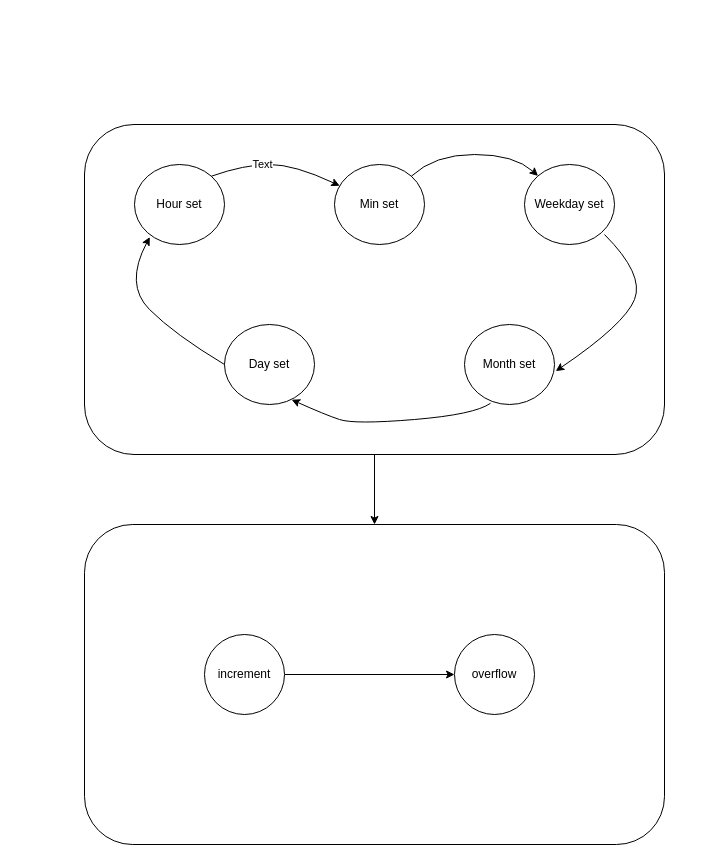
This is page "Time/Calendar/ Alarm setting" (3 of 4) of Stopwatch FSM.drawio from epicfletch/UWE-Stopwatch-3LM, a draw.io file, before an edit. Source tidied: cells renumbered, new cells numbered last; positions are measured from the earlier drawing's top-left corner, leaving out a move shared by most shapes. Both pictures are drawn from the tidied source at 100%, with x=0, y=0 at pixel (84, 124).
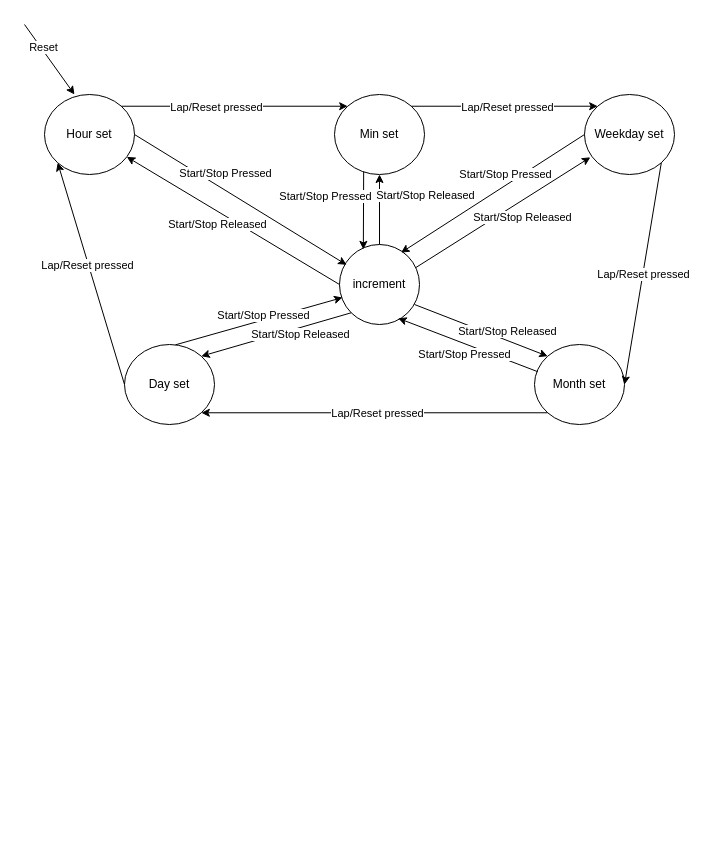
Above is the later version.

What changed in the source:
```diff
@@
-    <mxCell id="2" style="edgeStyle=orthogonalEdgeStyle;rounded=0;jettySize=auto;html=1;exitX=0.5;exitY=1;exitDx=0;exitDy=0;entryX=0.5;entryY=0;entryDx=0;entryDy=0;" parent="1" edge="1" source="3" target="15">
-      <mxGeometry relative="1" as="geometry" />
-    </mxCell>
-    <mxCell id="3" style="rounded=1;whiteSpace=wrap;html=1;" parent="1" vertex="1">
-      <mxGeometry width="580" height="330" as="geometry" />
-    </mxCell>
     <mxCell id="4" value="Hour set" style="ellipse;whiteSpace=wrap;html=1;" parent="1" vertex="1">
-      <mxGeometry x="50" y="40" width="90" height="80" as="geometry" />
+      <mxGeometry x="-40" y="-30" width="90" height="80" as="geometry" />
     </mxCell>
     <mxCell id="5" value="Min set" style="ellipse;whiteSpace=wrap;html=1;" parent="1" vertex="1">
-      <mxGeometry x="250" y="40" width="90" height="80" as="geometry" />
+      <mxGeometry x="250" y="-30" width="90" height="80" as="geometry" />
     </mxCell>
     <mxCell id="6" value="Weekday set" style="ellipse;whiteSpace=wrap;html=1;" parent="1" vertex="1">
-      <mxGeometry x="440" y="40" width="90" height="80" as="geometry" />
+      <mxGeometry x="500" y="-30" width="90" height="80" as="geometry" />
     </mxCell>
     <mxCell id="7" value="Day set" style="ellipse;whiteSpace=wrap;html=1;" parent="1" vertex="1">
-      <mxGeometry x="140" y="200" width="90" height="80" as="geometry" />
+      <mxGeometry x="40" y="220" width="90" height="80" as="geometry" />
     </mxCell>
     <mxCell id="8" value="Month set" style="ellipse;whiteSpace=wrap;html=1;" parent="1" vertex="1">
-      <mxGeometry x="380" y="200" width="90" height="80" as="geometry" />
+      <mxGeometry x="450" y="220" width="90" height="80" as="geometry" />
     </mxCell>
+    <mxCell id="17" value="increment" style="ellipse;whiteSpace=wrap;html=1;" parent="1" vertex="1">
+      <mxGeometry x="255" y="120" width="80" height="80" as="geometry" />
+    </mxCell>
+    <mxCell id="13" style="endArrow=classic;html=1;rounded=0;exitX=1;exitY=0;exitDx=0;exitDy=0;entryX=0;entryY=0;entryDx=0;entryDy=0;" parent="1" edge="1" source="4" target="5">
+      <mxGeometry relative="1" as="geometry" />
+    </mxCell>
+    <mxCell id="19" value="Lap/Reset pressed" style="edgeLabel;html=1;align=center;verticalAlign=middle;" parent="13" vertex="1">
+      <mxGeometry x="-0.29" y="-1" relative="1" as="geometry">
+        <mxPoint x="15" as="offset" />
+      </mxGeometry>
+    </mxCell>
-    <mxCell id="9" style="curved=1;endArrow=classic;html=1;rounded=0;exitX=1;exitY=0;exitDx=0;exitDy=0;" parent="1" edge="1" source="5" target="6">
-      <mxGeometry relative="1" as="geometry">
-        <Array as="points">
-          <mxPoint x="350" y="30" />
-          <mxPoint x="430" y="30" />
-        </Array>
-      </mxGeometry>
+    <mxCell id="9" style="endArrow=classic;html=1;rounded=0;exitX=1;exitY=0;exitDx=0;exitDy=0;entryX=0;entryY=0;entryDx=0;entryDy=0;" parent="1" edge="1" source="5" target="6">
+      <mxGeometry relative="1" as="geometry" />
     </mxCell>
+    <mxCell id="20" value="Lap/Reset pressed" style="edgeLabel;html=1;align=center;verticalAlign=middle;" parent="9" vertex="1">
+      <mxGeometry x="0.07" y="-1" relative="1" as="geometry">
+        <mxPoint x="-4" as="offset" />
+      </mxGeometry>
+    </mxCell>
-    <mxCell id="10" style="curved=1;endArrow=classic;html=1;rounded=0;exitX=0.889;exitY=0.875;exitDx=0;exitDy=0;exitPerimeter=0;entryX=1.014;entryY=0.582;entryDx=0;entryDy=0;entryPerimeter=0;" parent="1" edge="1" source="6" target="8">
-      <mxGeometry relative="1" as="geometry">
-        <Array as="points">
-          <mxPoint x="560" y="150" />
-          <mxPoint x="540" y="200" />
-        </Array>
-      </mxGeometry>
+    <mxCell id="10" style="endArrow=classic;html=1;rounded=0;exitX=1;exitY=1;exitDx=0;exitDy=0;entryX=1;entryY=0.5;entryDx=0;entryDy=0;" parent="1" edge="1" source="6" target="8">
+      <mxGeometry relative="1" as="geometry" />
     </mxCell>
+    <mxCell id="21" value="Lap/Reset pressed" style="edgeLabel;html=1;align=center;verticalAlign=middle;" parent="10" vertex="1">
+      <mxGeometry x="0.01" relative="1" as="geometry" />
+    </mxCell>
-    <mxCell id="11" style="curved=1;endArrow=classic;html=1;rounded=0;exitX=0.289;exitY=0.985;exitDx=0;exitDy=0;exitPerimeter=0;entryX=0.746;entryY=0.94;entryDx=0;entryDy=0;entryPerimeter=0;" parent="1" edge="1" source="8" target="7">
-      <mxGeometry relative="1" as="geometry">
-        <Array as="points">
-          <mxPoint x="390" y="290" />
-          <mxPoint x="270" y="300" />
-          <mxPoint x="240" y="290" />
-        </Array>
-      </mxGeometry>
+    <mxCell id="11" style="endArrow=classic;html=1;rounded=0;exitX=0;exitY=1;exitDx=0;exitDy=0;entryX=1;entryY=1;entryDx=0;entryDy=0;" parent="1" edge="1" source="8" target="7">
+      <mxGeometry relative="1" as="geometry" />
     </mxCell>
+    <mxCell id="22" value="Lap/Reset pressed" style="edgeLabel;html=1;align=center;verticalAlign=middle;" parent="11" vertex="1">
+      <mxGeometry x="-0.01" relative="1" as="geometry" />
+    </mxCell>
-    <mxCell id="12" style="curved=1;endArrow=classic;html=1;rounded=0;exitX=0;exitY=0.5;exitDx=0;exitDy=0;entryX=0.17;entryY=0.907;entryDx=0;entryDy=0;entryPerimeter=0;" parent="1" edge="1" source="7" target="4">
-      <mxGeometry relative="1" as="geometry">
-        <Array as="points">
-          <mxPoint x="90" y="210" />
-          <mxPoint x="40" y="160" />
-        </Array>
-      </mxGeometry>
+    <mxCell id="12" style="endArrow=classic;html=1;rounded=0;exitX=0;exitY=0.5;exitDx=0;exitDy=0;entryX=0;entryY=1;entryDx=0;entryDy=0;" parent="1" edge="1" source="7" target="4">
+      <mxGeometry relative="1" as="geometry" />
     </mxCell>
-    <mxCell id="13" style="curved=1;endArrow=classic;html=1;rounded=0;exitX=1;exitY=0;exitDx=0;exitDy=0;" parent="1" edge="1" source="4" target="5">
-      <mxGeometry relative="1" as="geometry">
-        <Array as="points">
-          <mxPoint x="160" y="40" />
-          <mxPoint x="210" y="40" />
-        </Array>
-      </mxGeometry>
-    </mxCell>
-    <mxCell id="14" value="Text" style="edgeLabel;html=1;align=center;verticalAlign=middle;" parent="13" vertex="1">
-      <mxGeometry x="-0.22" y="1" relative="1" as="geometry" />
-    </mxCell>
-    <mxCell id="15" style="rounded=1;whiteSpace=wrap;html=1;" parent="1" vertex="1">
-      <mxGeometry y="400" width="580" height="320" as="geometry" />
-    </mxCell>
-    <mxCell id="16" style="edgeStyle=orthogonalEdgeStyle;rounded=0;jettySize=auto;html=1;exitX=1;exitY=0.5;exitDx=0;exitDy=0;" parent="1" edge="1" source="17" target="18">
-      <mxGeometry relative="1" as="geometry" />
-    </mxCell>
-    <mxCell id="17" value="increment" style="ellipse;whiteSpace=wrap;html=1;" parent="1" vertex="1">
-      <mxGeometry x="120" y="510" width="80" height="80" as="geometry" />
-    </mxCell>
-    <mxCell id="18" value="over&lt;span style=&quot;background-color: transparent; color: light-dark(rgb(0, 0, 0), rgb(255, 255, 255));&quot;&gt;flow&lt;/span&gt;" style="ellipse;whiteSpace=wrap;html=1;" parent="1" vertex="1">
-      <mxGeometry x="370" y="510" width="80" height="80" as="geometry" />
-    </mxCell>
+    <mxCell id="23" value="Lap/Reset pressed" style="edgeLabel;html=1;align=center;verticalAlign=middle;" parent="12" vertex="1">
+      <mxGeometry x="0.08" y="2" relative="1" as="geometry" />
+    </mxCell>
+    <mxCell id="24" style="endArrow=classic;html=1;rounded=0;exitX=1;exitY=0.5;exitDx=0;exitDy=0;entryX=0.088;entryY=0.254;entryDx=0;entryDy=0;entryPerimeter=0;" parent="1" edge="1" source="4" target="17">
+      <mxGeometry relative="1" as="geometry" />
+    </mxCell>
+    <mxCell id="25" value="Start/Stop Pressed" style="edgeLabel;html=1;align=center;verticalAlign=middle;" parent="24" vertex="1">
+      <mxGeometry x="-0.41" relative="1" as="geometry">
+        <mxPoint x="28" as="offset" />
+      </mxGeometry>
+    </mxCell>
+    <mxCell id="26" style="endArrow=classic;html=1;rounded=0;exitX=0;exitY=0.5;exitDx=0;exitDy=0;" parent="1" edge="1" source="17" target="4">
+      <mxGeometry relative="1" as="geometry" />
+    </mxCell>
+    <mxCell id="27" value="Start/Stop Released" style="edgeLabel;html=1;align=center;verticalAlign=middle;" parent="26" vertex="1">
+      <mxGeometry x="-0.04" y="1" relative="1" as="geometry">
+        <mxPoint x="-20" as="offset" />
+      </mxGeometry>
+    </mxCell>
+    <mxCell id="28" style="endArrow=classic;html=1;rounded=0;exitX=0.567;exitY=0.004;exitDx=0;exitDy=0;entryX=0.038;entryY=0.663;entryDx=0;entryDy=0;entryPerimeter=0;exitPerimeter=0;" parent="1" edge="1" source="7" target="17">
+      <mxGeometry relative="1" as="geometry" />
+    </mxCell>
+    <mxCell id="29" value="Start/Stop Pressed" style="edgeLabel;html=1;align=center;verticalAlign=middle;" parent="28" vertex="1">
+      <mxGeometry x="-0.28" relative="1" as="geometry">
+        <mxPoint x="28" y="-13" as="offset" />
+      </mxGeometry>
+    </mxCell>
+    <mxCell id="30" style="endArrow=classic;html=1;rounded=0;exitX=0;exitY=1;exitDx=0;exitDy=0;entryX=1;entryY=0;entryDx=0;entryDy=0;" parent="1" edge="1" source="17" target="7">
+      <mxGeometry relative="1" as="geometry" />
+    </mxCell>
+    <mxCell id="31" value="Start/Stop Released" style="edgeLabel;html=1;align=center;verticalAlign=middle;" parent="30" vertex="1">
+      <mxGeometry y="1" relative="1" as="geometry">
+        <mxPoint x="23" y="-1" as="offset" />
+      </mxGeometry>
+    </mxCell>
+    <mxCell id="32" style="endArrow=classic;html=1;rounded=0;exitX=0.324;exitY=0.964;exitDx=0;exitDy=0;exitPerimeter=0;entryX=0.298;entryY=0.061;entryDx=0;entryDy=0;entryPerimeter=0;" parent="1" edge="1" source="5" target="17">
+      <mxGeometry relative="1" as="geometry" />
+    </mxCell>
+    <mxCell id="33" value="Start/Stop Pressed" style="edgeLabel;html=1;align=center;verticalAlign=middle;" parent="32" vertex="1">
+      <mxGeometry x="-0.16" y="-3" relative="1" as="geometry">
+        <mxPoint x="-36" y="-9" as="offset" />
+      </mxGeometry>
+    </mxCell>
+    <mxCell id="34" style="endArrow=classic;html=1;rounded=0;exitX=0.5;exitY=0;exitDx=0;exitDy=0;entryX=0.5;entryY=1;entryDx=0;entryDy=0;" parent="1" edge="1" source="17" target="5">
+      <mxGeometry relative="1" as="geometry" />
+    </mxCell>
+    <mxCell id="35" value="Start/Stop Released" style="edgeLabel;html=1;align=center;verticalAlign=middle;" parent="34" vertex="1">
+      <mxGeometry x="-0.06" y="1" relative="1" as="geometry">
+        <mxPoint x="46" y="-17" as="offset" />
+      </mxGeometry>
+    </mxCell>
+    <mxCell id="36" style="endArrow=classic;html=1;rounded=0;exitX=0;exitY=0.5;exitDx=0;exitDy=0;entryX=0.769;entryY=0.102;entryDx=0;entryDy=0;entryPerimeter=0;" parent="1" edge="1" source="6" target="17">
+      <mxGeometry relative="1" as="geometry" />
+    </mxCell>
+    <mxCell id="37" value="Start/Stop Pressed" style="edgeLabel;html=1;align=center;verticalAlign=middle;" parent="36" vertex="1">
+      <mxGeometry x="-0.14" y="-2" relative="1" as="geometry">
+        <mxPoint x="1" y="-10" as="offset" />
+      </mxGeometry>
+    </mxCell>
+    <mxCell id="38" style="endArrow=classic;html=1;rounded=0;entryX=0.065;entryY=0.785;entryDx=0;entryDy=0;exitX=0.955;exitY=0.288;exitDx=0;exitDy=0;exitPerimeter=0;entryPerimeter=0;" parent="1" edge="1" source="17" target="6">
+      <mxGeometry relative="1" as="geometry" />
+    </mxCell>
+    <mxCell id="39" value="Start/Stop Released" style="edgeLabel;html=1;align=center;verticalAlign=middle;" parent="38" vertex="1">
+      <mxGeometry x="-0.06" y="-1" relative="1" as="geometry">
+        <mxPoint x="24" as="offset" />
+      </mxGeometry>
+    </mxCell>
+    <mxCell id="40" style="endArrow=classic;html=1;rounded=0;entryX=0;entryY=0;entryDx=0;entryDy=0;exitX=0.938;exitY=0.75;exitDx=0;exitDy=0;exitPerimeter=0;" parent="1" edge="1" source="17" target="8">
+      <mxGeometry relative="1" as="geometry" />
+    </mxCell>
+    <mxCell id="41" value="Start/Stop Released" style="edgeLabel;html=1;align=center;verticalAlign=middle;" parent="40" vertex="1">
+      <mxGeometry x="0.08" y="1" relative="1" as="geometry">
+        <mxPoint x="20" as="offset" />
+      </mxGeometry>
+    </mxCell>
+    <mxCell id="42" style="endArrow=classic;html=1;rounded=0;entryX=0.734;entryY=0.922;entryDx=0;entryDy=0;entryPerimeter=0;exitX=0.036;exitY=0.34;exitDx=0;exitDy=0;exitPerimeter=0;" parent="1" edge="1" source="8" target="17">
+      <mxGeometry relative="1" as="geometry" />
+    </mxCell>
+    <mxCell id="43" value="Start/Stop Pressed" style="edgeLabel;html=1;align=center;verticalAlign=middle;" parent="42" vertex="1">
+      <mxGeometry x="0.36" y="3" relative="1" as="geometry">
+        <mxPoint x="23" y="16" as="offset" />
+      </mxGeometry>
+    </mxCell>
+    <mxCell id="44" style="endArrow=classic;html=1;rounded=0;entryX=0.333;entryY=0;entryDx=0;entryDy=0;entryPerimeter=0;" parent="1" edge="1" target="4">
+      <mxGeometry relative="1" as="geometry">
+        <mxPoint x="-60" y="-100" as="sourcePoint" />
+      </mxGeometry>
+    </mxCell>
+    <mxCell id="45" value="Reset" style="edgeLabel;html=1;align=center;verticalAlign=middle;" parent="44" vertex="1">
+      <mxGeometry x="-0.33" y="2" relative="1" as="geometry" />
+    </mxCell>
```
